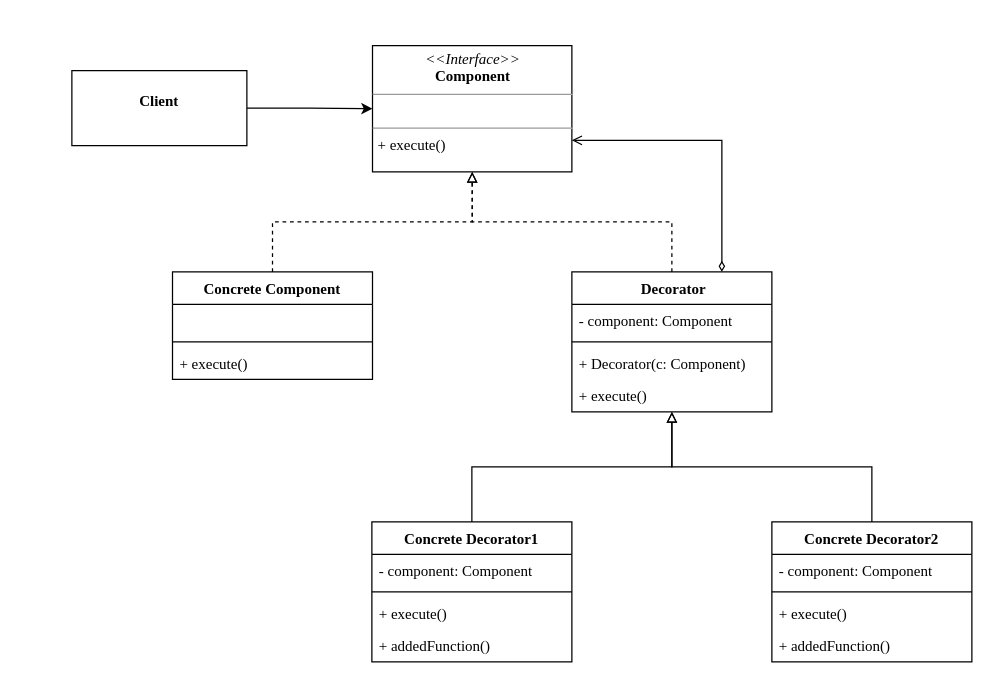
Hexiaopi/design-parttern keeps this draw.io diagram as structural/decorator/decorator.drawio. Above is the earlier version. Source tidied: cells renumbered, new cells numbered last; positions are measured from the earlier drawing's top-left corner, leaving out a move shared by most shapes. Both pictures are drawn from the tidied source at 125%, with x=0, y=0 at pixel (71, 45).
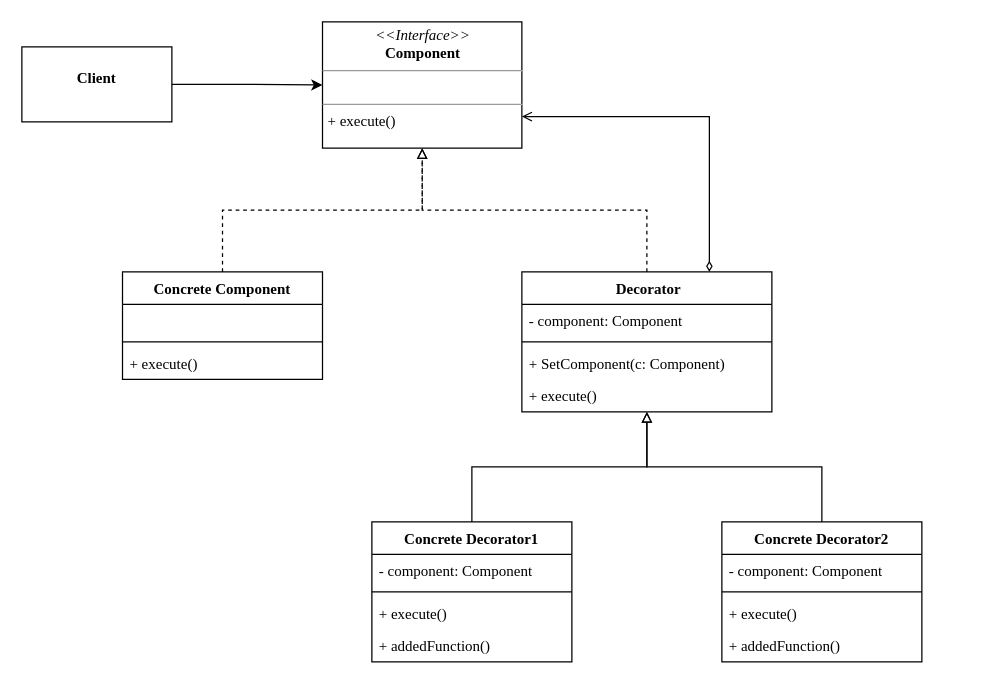
After the change.

Diff of the diagram source:
```diff
@@
     <mxCell id="3" value="&lt;p style=&quot;margin: 0px ; margin-top: 4px ; text-align: center&quot;&gt;&lt;br&gt;&lt;b&gt;Client&lt;/b&gt;&lt;/p&gt;" style="verticalAlign=top;align=left;overflow=fill;fontSize=12;fontFamily=Times New Roman;html=1;" parent="1" vertex="1">
-      <mxGeometry y="20" width="140" height="60" as="geometry" />
+      <mxGeometry x="-40" y="1" width="120" height="60" as="geometry" />
     </mxCell>
     <mxCell id="4" value=" Decorator" style="swimlane;fontStyle=1;align=center;verticalAlign=top;horizontal=1;startSize=26;fontFamily=Times New Roman;" parent="1" vertex="1">
-      <mxGeometry x="400" y="181" width="160" height="112" as="geometry" />
+      <mxGeometry x="360" y="181" width="200" height="112" as="geometry" />
     </mxCell>
     <mxCell id="5" value="- component: Component" style="text;strokeColor=none;fillColor=none;align=left;verticalAlign=top;spacingLeft=4;spacingRight=4;overflow=hidden;fontFamily=Times New Roman;" parent="4" vertex="1">
-      <mxGeometry y="26" width="160" height="26" as="geometry" />
+      <mxGeometry y="26" width="200" height="26" as="geometry" />
     </mxCell>
     <mxCell id="6" style="line;strokeWidth=1;fillColor=none;align=left;verticalAlign=middle;spacingTop=-1;spacingLeft=3;spacingRight=3;labelPosition=right;fontFamily=Times New Roman;" parent="4" vertex="1">
-      <mxGeometry y="52" width="160" height="8" as="geometry" />
+      <mxGeometry y="52" width="200" height="8" as="geometry" />
     </mxCell>
-    <mxCell id="7" value="+ Decorator(c: Component)&#10;" style="text;strokeColor=none;fillColor=none;align=left;verticalAlign=top;spacingLeft=4;spacingRight=4;overflow=hidden;fontFamily=Times New Roman;" parent="4" vertex="1">
-      <mxGeometry y="60" width="160" height="26" as="geometry" />
+    <mxCell id="7" value="+ SetComponent(c: Component)&#10;" style="text;strokeColor=none;fillColor=none;align=left;verticalAlign=top;spacingLeft=4;spacingRight=4;overflow=hidden;fontFamily=Times New Roman;" parent="4" vertex="1">
+      <mxGeometry y="60" width="200" height="26" as="geometry" />
     </mxCell>
     <mxCell id="8" value="+ execute()&#10;" style="text;strokeColor=none;fillColor=none;align=left;verticalAlign=top;spacingLeft=4;spacingRight=4;overflow=hidden;fontFamily=Times New Roman;" parent="4" vertex="1">
-      <mxGeometry y="86" width="160" height="26" as="geometry" />
+      <mxGeometry y="86" width="200" height="26" as="geometry" />
     </mxCell>
     <mxCell id="9" value="Concrete Component" style="swimlane;fontStyle=1;align=center;verticalAlign=top;horizontal=1;startSize=26;fontFamily=Times New Roman;" parent="1" vertex="1">
-      <mxGeometry x="80.5" y="181" width="160" height="86" as="geometry" />
+      <mxGeometry x="40.5" y="181" width="160" height="86" as="geometry" />
     </mxCell>
@@
     <mxCell id="14" value="&lt;p style=&quot;margin:0px;margin-top:4px;text-align:center;&quot;&gt;&lt;i&gt;&amp;lt;&amp;lt;Interface&amp;gt;&amp;gt;&lt;/i&gt;&lt;br&gt;&lt;b&gt;Component&lt;/b&gt;&lt;/p&gt;&lt;hr size=&quot;1&quot;&gt;&lt;p style=&quot;margin:0px;margin-left:4px;&quot;&gt;&lt;br&gt;&lt;/p&gt;&lt;hr size=&quot;1&quot;&gt;&lt;p style=&quot;margin:0px;margin-left:4px;&quot;&gt;+ execute()&lt;br&gt;&lt;/p&gt;" style="verticalAlign=top;align=left;overflow=fill;fontSize=12;fontFamily=Times New Roman;html=1;" parent="1" vertex="1">
-      <mxGeometry x="240.5" width="159.5" height="101" as="geometry" />
+      <mxGeometry x="200.5" y="-19" width="159.5" height="101" as="geometry" />
     </mxCell>
@@
     <mxCell id="24" value="Concrete Decorator2" style="swimlane;fontStyle=1;align=center;verticalAlign=top;horizontal=1;startSize=26;fontFamily=Times New Roman;" parent="1" vertex="1">
-      <mxGeometry x="560" y="381" width="160" height="112" as="geometry" />
+      <mxGeometry x="520" y="381" width="160" height="112" as="geometry" />
     </mxCell>
```
